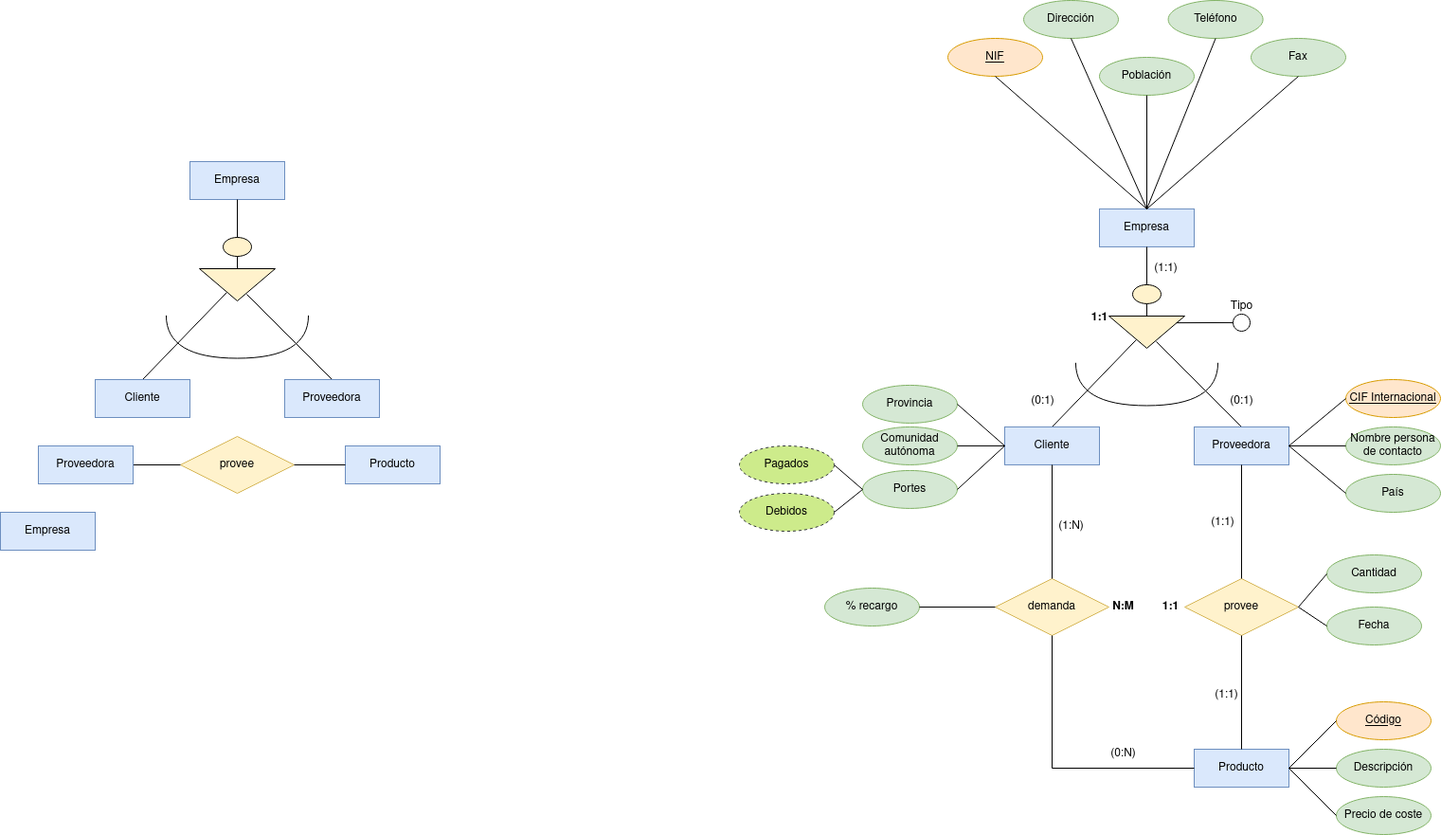
Before: Unidad-1/Tareas/Tarea_Entregable-4/Diagrama Tarea Entregable 4.drawio.png, a diagram exported from draw.io (RafaelMayor/base-datos). Source tidied: cells renumbered, new cells last; positions are measured from the earlier drawing's top-left corner, leaving out a move shared by most shapes.
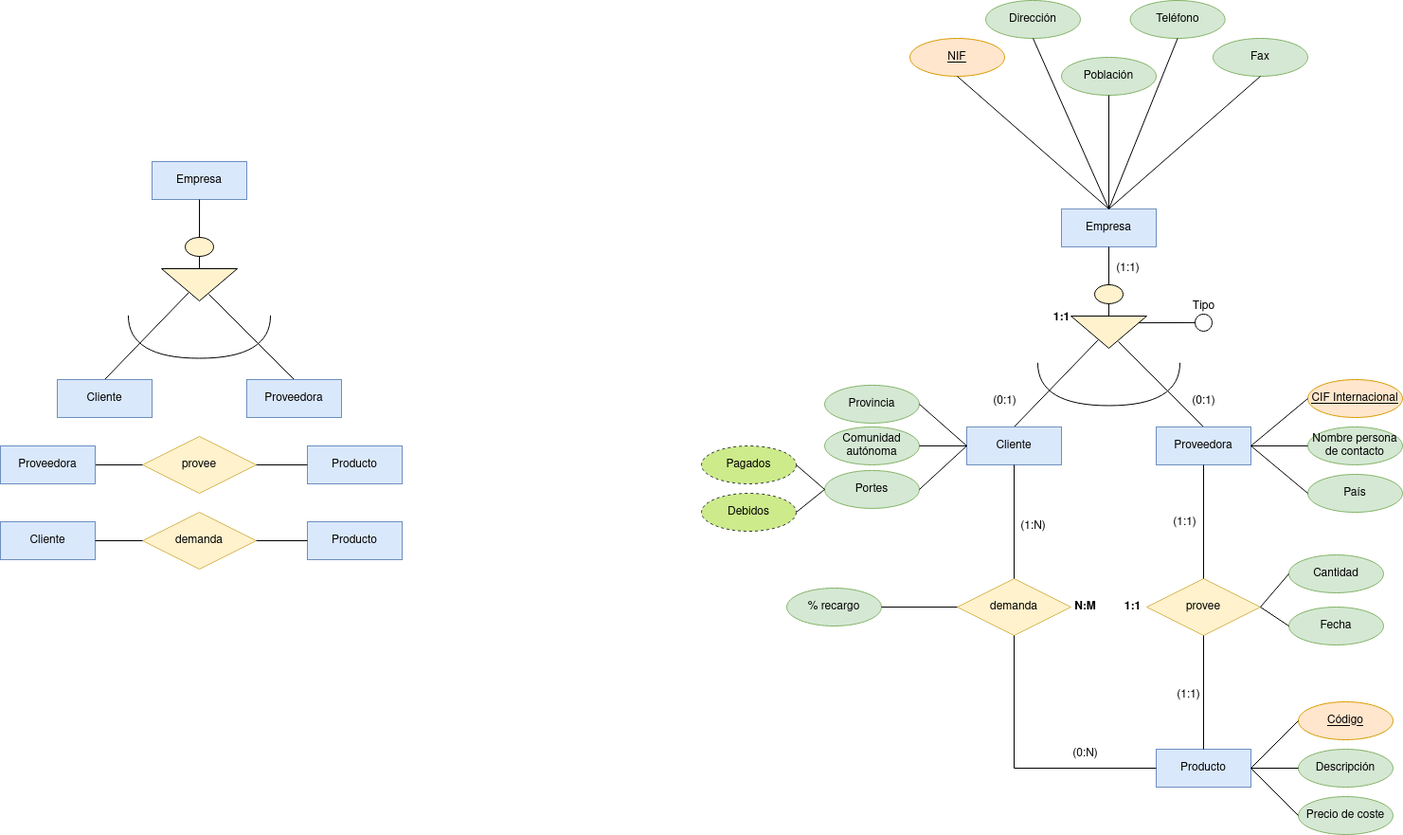
Later version of the same file.

The edit, as a diff of the source:
```diff
@@ -8,9 +8,6 @@
     <mxCell id="3" value="Producto" style="whiteSpace=wrap;html=1;align=center;fillColor=#dae8fc;strokeColor=#6c8ebf;" parent="1" vertex="1">
       <mxGeometry x="364" y="470" width="100" height="40" as="geometry" />
     </mxCell>
-    <mxCell id="4" value="Empresa" style="whiteSpace=wrap;html=1;align=center;fillColor=#dae8fc;strokeColor=#6c8ebf;" parent="1" vertex="1">
-      <mxGeometry y="540" width="100" height="40" as="geometry" />
-    </mxCell>
     <mxCell id="5" style="ellipse;whiteSpace=wrap;html=1;fillColor=#fff2cc;strokeColor=#000000;" parent="1" vertex="1">
       <mxGeometry x="235" y="250" width="30" height="20" as="geometry" />
     </mxCell>
@@ -258,5 +255,20 @@
     <mxCell id="85" style="endArrow=none;html=1;rounded=0;entryX=0;entryY=0.5;entryDx=0;entryDy=0;exitX=1;exitY=0.5;exitDx=0;exitDy=0;" parent="1" edge="1" source="51" target="83">
       <mxGeometry relative="1" as="geometry" />
     </mxCell>
+    <mxCell id="86" value="Cliente" style="whiteSpace=wrap;html=1;align=center;fillColor=#dae8fc;strokeColor=#6c8ebf;" parent="1" vertex="1">
+      <mxGeometry x="40" y="550" width="100" height="40" as="geometry" />
+    </mxCell>
+    <mxCell id="87" value="demanda" style="shape=rhombus;perimeter=rhombusPerimeter;whiteSpace=wrap;html=1;align=center;fillColor=#fff2cc;strokeColor=#d6b656;" parent="1" vertex="1">
+      <mxGeometry x="190" y="540" width="120" height="60" as="geometry" />
+    </mxCell>
+    <mxCell id="88" value="Producto" style="whiteSpace=wrap;html=1;align=center;fillColor=#dae8fc;strokeColor=#6c8ebf;" parent="1" vertex="1">
+      <mxGeometry x="364" y="550" width="100" height="40" as="geometry" />
+    </mxCell>
+    <mxCell id="89" style="endArrow=none;html=1;rounded=0;entryX=0;entryY=0.5;entryDx=0;entryDy=0;exitX=1;exitY=0.5;exitDx=0;exitDy=0;" parent="1" edge="1" source="87" target="88">
+      <mxGeometry relative="1" as="geometry" />
+    </mxCell>
+    <mxCell id="90" style="endArrow=none;html=1;rounded=0;exitX=1;exitY=0.5;exitDx=0;exitDy=0;entryX=0;entryY=0.5;entryDx=0;entryDy=0;" parent="1" edge="1" source="86" target="87">
+      <mxGeometry relative="1" as="geometry" />
+    </mxCell>
   </root>
 </mxGraphModel>
```
